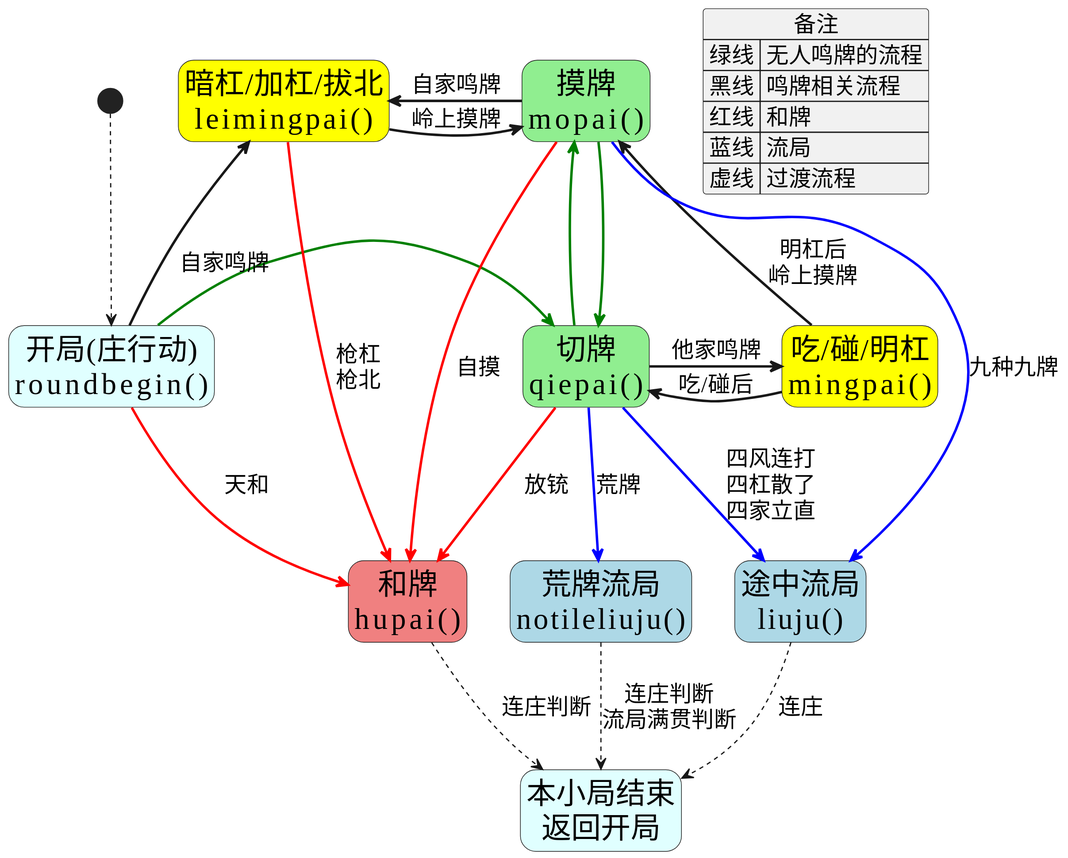
Before: doc/pic/正常对局的状态转移表.svg, a diagram exported from PlantUML (Fat-pig-Cui/majsoul-replay-editor).
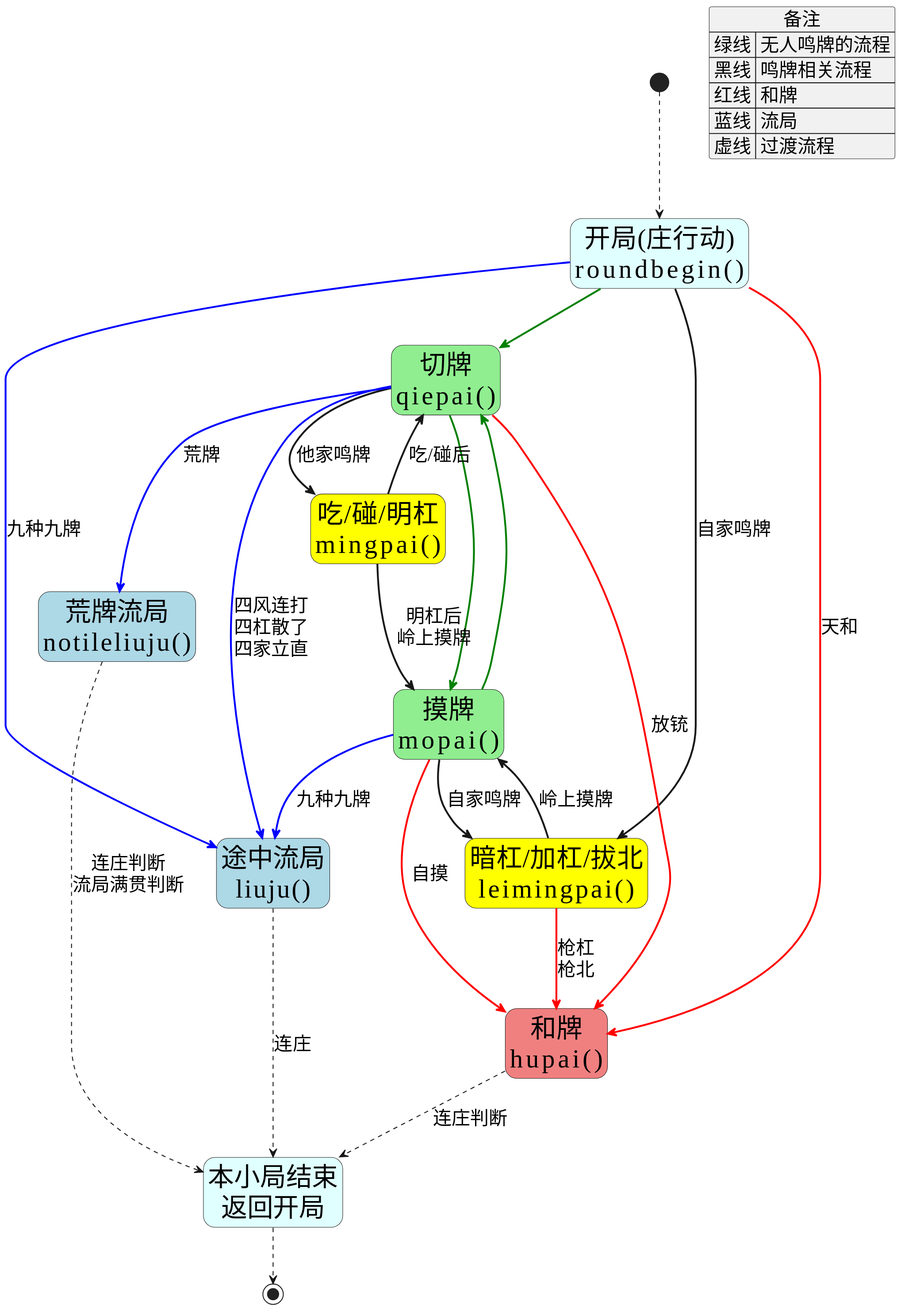
Above is the later version.

The edit, as a diff of the source:
```diff
@@ -1,11 +1,11 @@
 @startuml
 hide empty description
-scale 2
+scale 1.5
 skinparam defaultTextAlignment center
 skinparam defaultFontName "微软雅黑"
-skinparam DefaultFontSize 18
+skinparam DefaultFontSize 20
 skinparam State {
-    FontSize 24
+    FontSize 28
 }
 
 State "开局(庄行动)\nroundbegin()" as S1 #LightCyan
@@ -20,31 +20,33 @@
 
 [*] -[dashed]-> S1
 
-S1 -r[#green,bold]-> S2
-S2 -u[#green,bold]-> S3
-S3 -d[#green,bold]-> S2
+S1 -[#green,bold]-> S2
+S2 -[#green,bold]-> S3
+S3 -[#green,bold]-> S2
 
-S1 -u[bold]-> S5 : 自家鸣牌
+S1 -[bold]-> S5 : 自家鸣牌
 
-S2 -r[bold]-> S4 : 他家鸣牌
-S4 -l[bold]-> S2 : 吃/碰后
-S4 -u[bold]-> S3 : 明杠后\n岭上摸牌
+S2 -[bold]-> S4 : 他家鸣牌
+S4 -[bold]-> S2 : 吃/碰后
+S4 -[bold]-> S3 : 明杠后\n岭上摸牌
 
-S3 -l[bold]-> S5 : 自家鸣牌
-S5 -r[bold]-> S3 : 岭上摸牌
+S3 -[bold]-> S5 : 自家鸣牌
+S5 -[bold]-> S3 : 岭上摸牌
 
-S1 -d[#red,bold]-> S6 : 天和
-S2 -d[#red,bold]-> S6 : 放铳
-S3 -d[#red,bold]-> S6 : 自摸
-S5 -d[#red,bold]-> S6 : 枪杠\n枪北
+S1 -[#red,bold]-> S6 : 天和
+S2 -[#red,bold]-> S6 : 放铳
+S3 -[#red,bold]-> S6 : 自摸
+S5 -[#red,bold]-> S6 : 枪杠\n枪北
 
 S2 -[#blue,bold]-> S7 : 荒牌
 S2 -[#blue,bold]-> S8 : 四风连打\n四杠散了\n四家立直
+S1 -[#blue,bold]-> S8 : 九种九牌
 S3 -[#blue,bold]-> S8 : 九种九牌
 
 S6 -[dashed]-> S9 : 连庄判断
 S7 -[dashed]-> S9 : 连庄判断\n流局满贯判断
 S8 -[dashed]-> S9 : 连庄
+S9 -[dashed]-> [*]
 
 json 备注 {
     "绿线": "无人鸣牌的流程",
```
